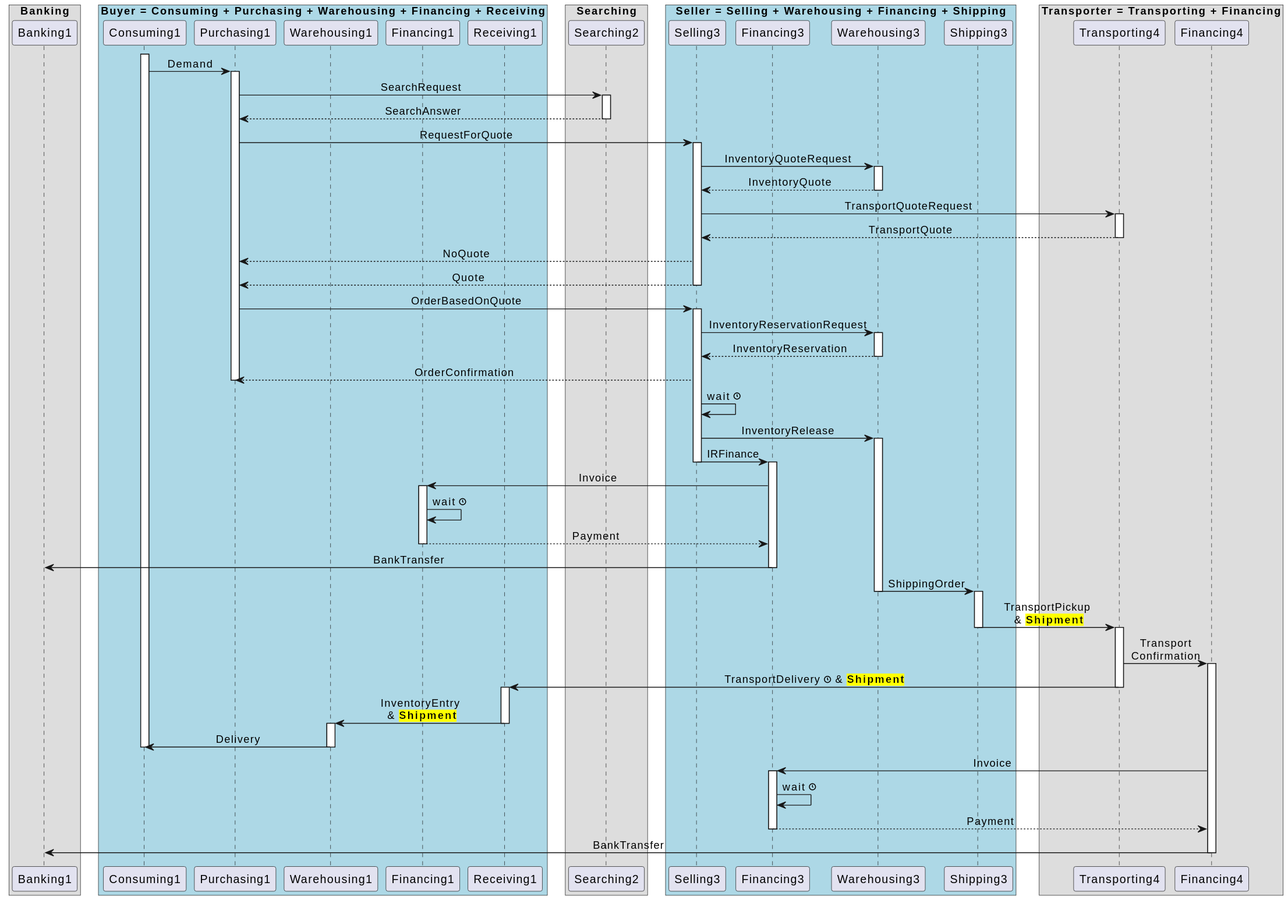
Above: doc/5-components/diagrams/gscg-sim-sequence.svg in averbraeck/gscg-design (PlantUML), before the change. The source it was exported from:
```plantuml
@startuml
skinparam BoxPadding 10
skinparam sequenceMessageAlign center

box "Banking"
participant Banking1 as BR0
end box

box "Buyer = Consuming + Purchasing + Warehousing + Financing + Receiving" #LightBlue
participant Consuming1 as CR1
participant Purchasing1 as PR1
participant Warehousing1 as WR1
participant Financing1 as FR1
participant Receiving1 AS RR1
end box

box "Searching"
participant Searching2 as SR2
end box

box "Seller = Selling + Warehousing + Financing + Shipping" #LightBlue
participant Selling3 as SR3
participant Financing3 as FR3
participant Warehousing3 as WR3
participant Shipping3 as ShR3
end box

box "Transporter = Transporting + Financing"
participant Transporting4 as TR4
participant Financing4 as FR4
end box

activate CR1
CR1 -> PR1: Demand
  activate PR1
  PR1 -> SR2: SearchRequest
    activate SR2
    return SearchAnswer
  PR1 -> SR3: RequestForQuote
    activate SR3
    SR3 -> WR3: InventoryQuoteRequest
      activate WR3
      return InventoryQuote
    SR3 -> TR4: TransportQuoteRequest
      activate TR4
      return TransportQuote
    SR3 --> PR1: NoQuote
    return Quote

  PR1 -> SR3: OrderBasedOnQuote
    activate SR3
    SR3 -> WR3: InventoryReservationRequest
      activate WR3
      return InventoryReservation
    SR3 --> PR1: OrderConfirmation
  deactivate PR1
    SR3 -> SR3: wait <&clock>
    SR3 -> WR3: InventoryRelease
    activate WR3
    SR3 -> FR3: IRFinance
      deactivate SR3
      activate FR3
      FR3 -> FR1: Invoice
      activate FR1
        FR1 -> FR1: wait <&clock>
        FR1 --> FR3: Payment
        deactivate FR1
      FR3 -> BR0: BankTransfer
    deactivate FR3

    WR3 -> ShR3: ShippingOrder
      deactivate WR3
      activate ShR3
      ShR3 -> TR4: TransportPickup\n & <back:yellow><b>Shipment</b>
        deactivate ShR3
        activate TR4
        TR4 -> FR4: Transport\nConfirmation
          activate FR4
        TR4 -> RR1: TransportDelivery <&clock> & <back:yellow><b>Shipment</b>
          deactivate TR4
        activate RR1
        RR1 -> WR1: InventoryEntry\n & <back:yellow><b>Shipment</b>
          deactivate RR1
          activate WR1
          WR1 -> CR1: Delivery
          deactivate WR1
      deactivate CR1
      FR4 -> FR3: Invoice
      activate FR3
        FR3 -> FR3: wait <&clock>
        FR3 --> FR4: Payment
        deactivate FR3
      FR4 -> BR0: BankTransfer
    deactivate FR4
@enduml
```
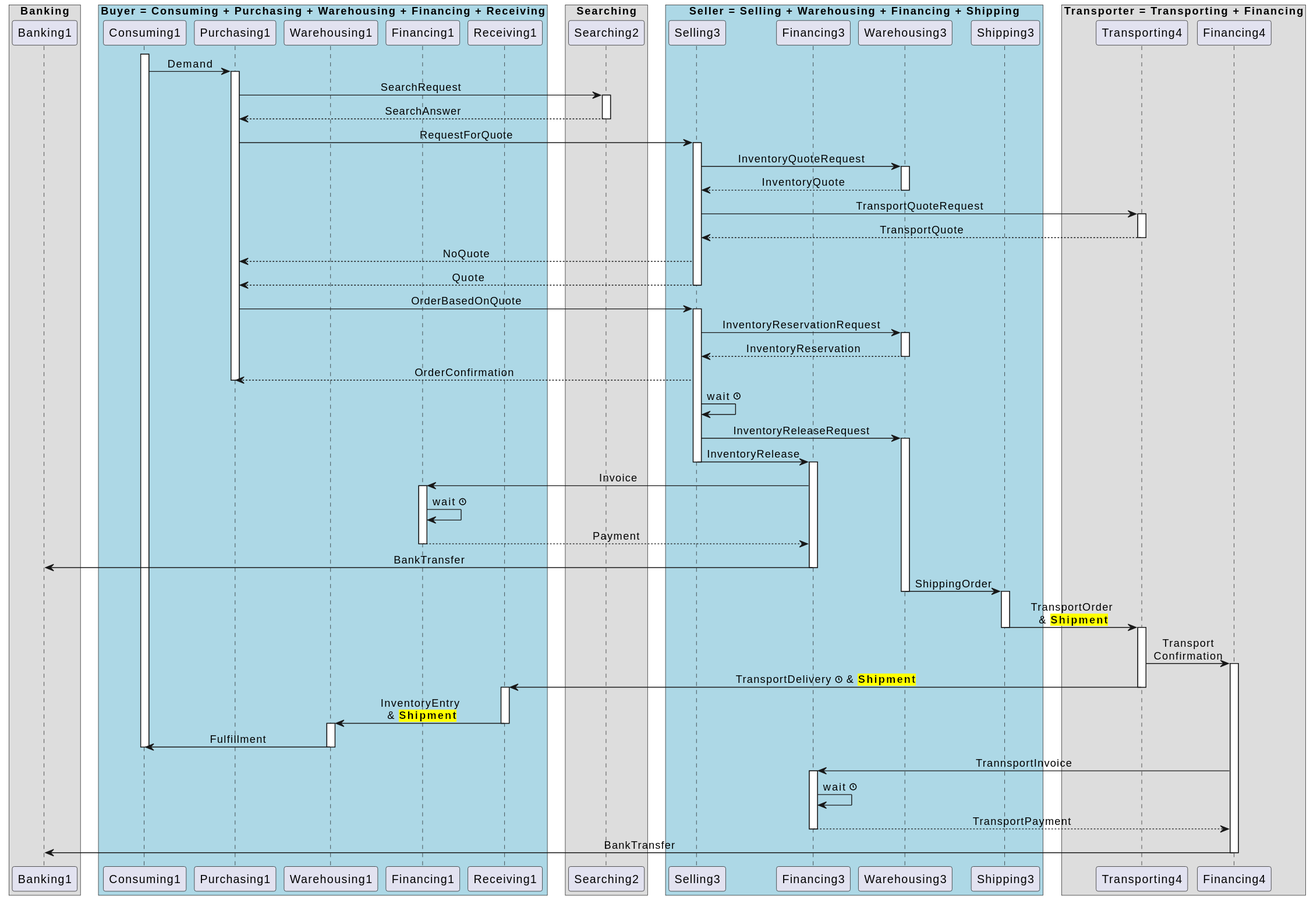
The same file after the commit.

The edit, as a diff of the source:
```diff
@@ -55,9 +55,9 @@
     SR3 --> PR1: OrderConfirmation
   deactivate PR1
     SR3 -> SR3: wait <&clock>
-    SR3 -> WR3: InventoryRelease
+    SR3 -> WR3: InventoryReleaseRequest
     activate WR3
-    SR3 -> FR3: IRFinance
+    SR3 -> FR3: InventoryRelease
       deactivate SR3
       activate FR3
       FR3 -> FR1: Invoice
@@ -71,7 +71,7 @@
     WR3 -> ShR3: ShippingOrder
       deactivate WR3
       activate ShR3
-      ShR3 -> TR4: TransportPickup\n & <back:yellow><b>Shipment</b>
+      ShR3 -> TR4: TransportOrder\n & <back:yellow><b>Shipment</b>
         deactivate ShR3
         activate TR4
         TR4 -> FR4: Transport\nConfirmation
@@ -82,13 +82,13 @@
         RR1 -> WR1: InventoryEntry\n & <back:yellow><b>Shipment</b>
           deactivate RR1
           activate WR1
-          WR1 -> CR1: Delivery
+          WR1 -> CR1: Fulfillment
           deactivate WR1
       deactivate CR1
-      FR4 -> FR3: Invoice
+      FR4 -> FR3: TrannsportInvoice
       activate FR3
         FR3 -> FR3: wait <&clock>
-        FR3 --> FR4: Payment
+        FR3 --> FR4: TransportPayment
         deactivate FR3
       FR4 -> BR0: BankTransfer
     deactivate FR4
```
